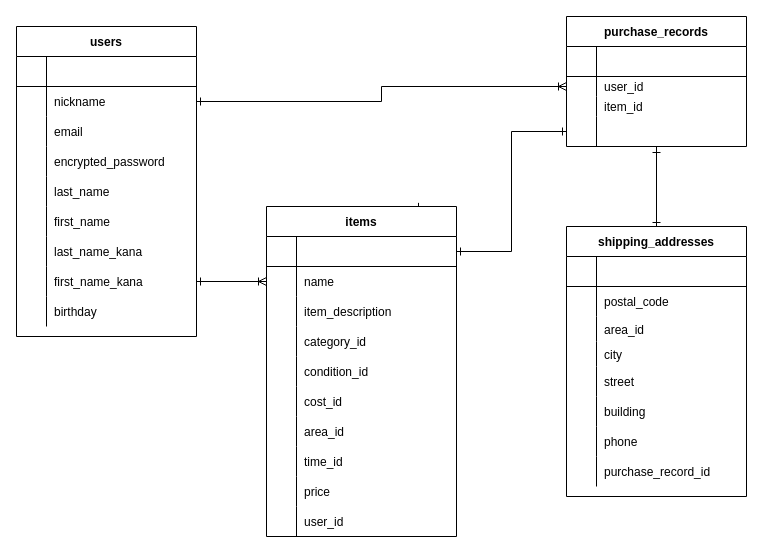
The draw.io diagram ER.dio in omokun/furima-36222, before the edit. Source tidied: cells renumbered, new cells numbered last; positions are measured from the earlier drawing's top-left corner, leaving out a move shared by most shapes. Both pictures are drawn from the tidied source at 100%, with x=0, y=0 at pixel (16, 16).
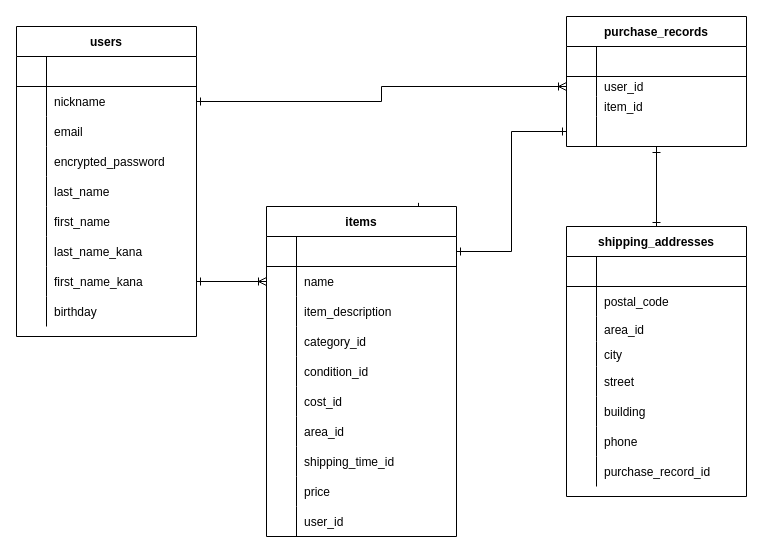
Above is the later version.

The change refers to these unchanged cells:
```xml
<mxCell id="65" style="shape=partialRectangle;fillColor=none;top=0;left=0;bottom=0;right=0;" parent="43" vertex="1">
  <mxGeometry y="240" width="190" height="30" as="geometry" />
</mxCell>
```

What changed in the source:
```diff
@@
-    <mxCell id="67" value="time_id" style="shape=partialRectangle;fillColor=none;top=0;left=0;bottom=0;right=0;align=left;spacingLeft=6;overflow=hidden;" parent="65" vertex="1">
+    <mxCell id="67" value="shipping_time_id" style="shape=partialRectangle;fillColor=none;top=0;left=0;bottom=0;right=0;align=left;spacingLeft=6;overflow=hidden;" parent="65" vertex="1">
       <mxGeometry x="30" width="160" height="30" as="geometry" />
     </mxCell>
```
